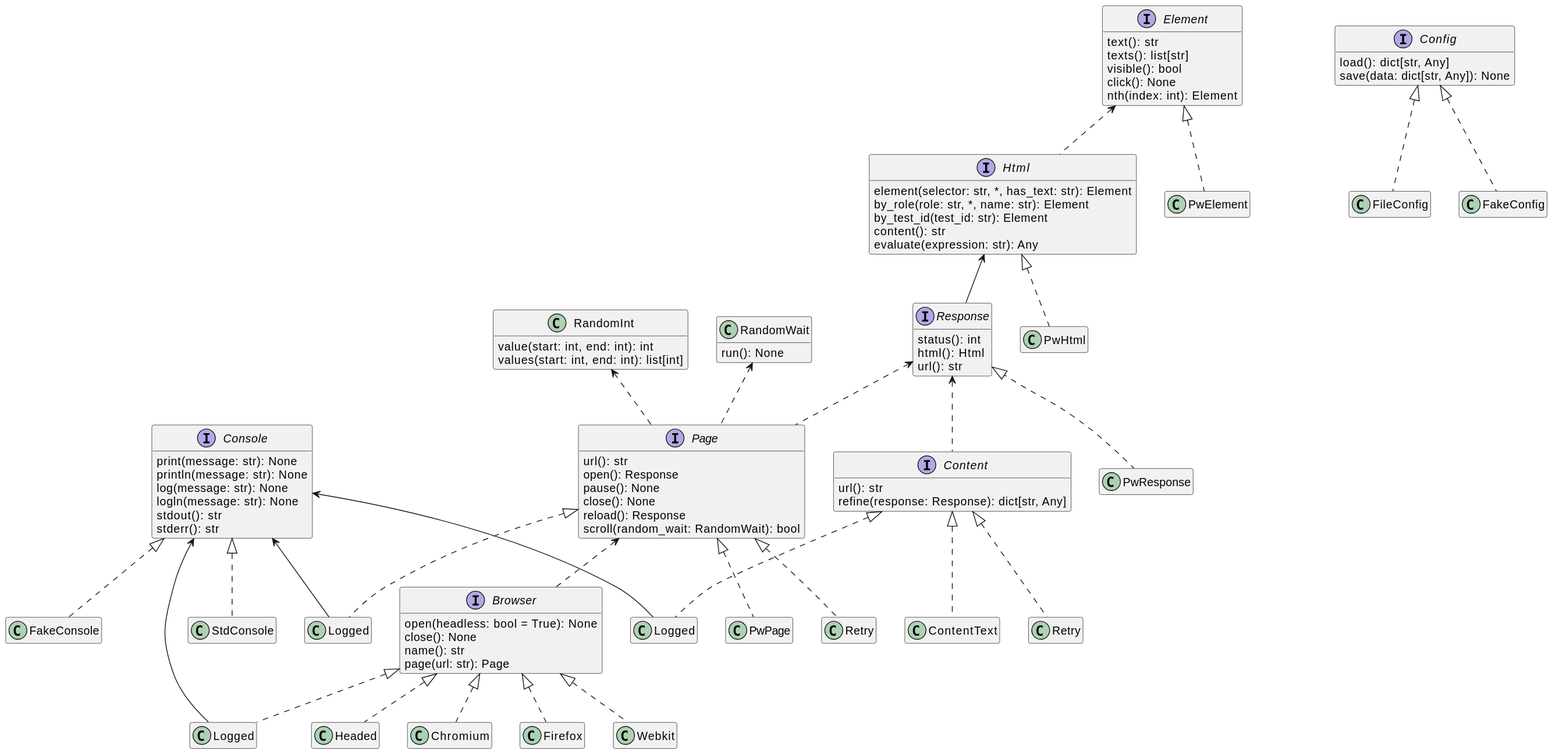
This is docs/arana.svg from fabriciofx/arana, a PlantUML export, as it was before one commit. Its diagram source:
```plantuml
@startuml
skinparam classAttributeIconSize 0
hide empty members

interface Element {
    text(): str
    texts(): list[str]
    visible(): bool
    click(): None
    nth(index: int): Element
}

interface Html {
    element(selector: str, *, has_text: str): Element
    by_role(role: str, *, name: str): Element
    by_test_id(test_id: str): Element
    content(): str
    evaluate(expression: str): Any
}

interface Response {
    status(): int
    html(): Html
    url(): str
}

interface Page {
    url(): str
    open(): Response
    pause(): None
    close(): None
    reload(): Response
    scroll(random_wait: RandomWait): bool
}

interface Browser {
    open(headless: bool = True): None
    close(): None
    name(): str
    page(url: str): Page
}

interface Config {
    load(): dict[str, Any]
    save(data: dict[str, Any]): None
}

interface Console {
    print(message: str): None
    println(message: str): None
    log(message: str): None
    logln(message: str): None
    stdout(): str
    stderr(): str
}

interface Content {
    url(): str
    refine(response: Response): dict[str, Any]
}

class RandomInt {
    value(start: int, end: int): int
    values(start: int, end: int): list[int]
}

class RandomWait {
    run(): None
}

class PwElement

class PwHtml

class PwResponse

class PwPage
class "Logged" as LoggedPage
class "Retry" as RetryPage

class Chromium
class Firefox
class Webkit
class Headed
class "Logged" as LoggedBrowser

class FileConfig
class FakeConfig

class StdConsole
class FakeConsole

class ContentText
class "Logged" as LoggedContent
class "Retry" as RetryContent

Element <|.. PwElement

Html <|.. PwHtml

Response <|.. PwResponse

Page <|.. PwPage
Page <|.. LoggedPage
Page <|.. RetryPage

Browser <|.. Chromium
Browser <|.. Firefox
Browser <|.. Webkit
Browser <|.. LoggedBrowser
Browser <|.. Headed

Config <|.. FileConfig
Config <|.. FakeConfig

Console <|.. StdConsole
Console <|.. FakeConsole

Content <|.. ContentText
Content <|.. LoggedContent
Content <|.. RetryContent

Element <.. Html
Response <.. Page
Page <.. Browser
RandomWait <.. Page
RandomInt <.. Page

Response <.. Content
Html <-- Response

Console <-- LoggedBrowser
Console <-- LoggedPage
Console <-- LoggedContent
@enduml
```
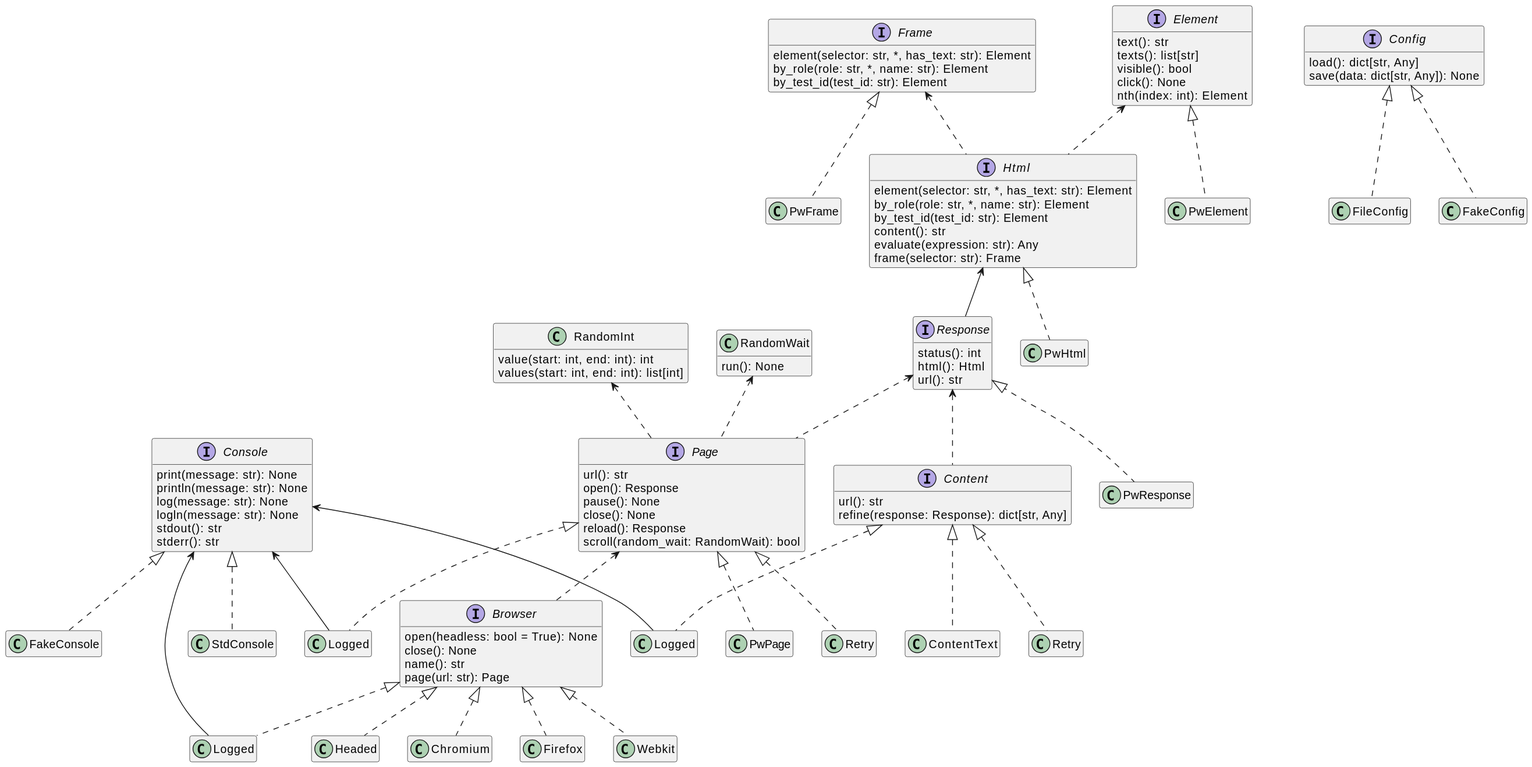
The same diagram one commit later.

Commit message:
Add class diagram as docs

The edit, as a diff of the source:
```diff
@@ -10,12 +10,19 @@
     nth(index: int): Element
 }
 
+interface Frame {
+    element(selector: str, *, has_text: str): Element
+    by_role(role: str, *, name: str): Element
+    by_test_id(test_id: str): Element
+}
+
 interface Html {
     element(selector: str, *, has_text: str): Element
     by_role(role: str, *, name: str): Element
     by_test_id(test_id: str): Element
     content(): str
     evaluate(expression: str): Any
+    frame(selector: str): Frame
 }
 
 interface Response {
@@ -70,6 +77,8 @@
 
 class PwElement
 
+class PwFrame
+
 class PwHtml
 
 class PwResponse
@@ -96,6 +105,8 @@
 
 Element <|.. PwElement
 
+Frame <|.. PwFrame
+
 Html <|.. PwHtml
 
 Response <|.. PwResponse
@@ -120,6 +131,7 @@
 Content <|.. LoggedContent
 Content <|.. RetryContent
 
+Frame <.. Html
 Element <.. Html
 Response <.. Page
 Page <.. Browser
```
